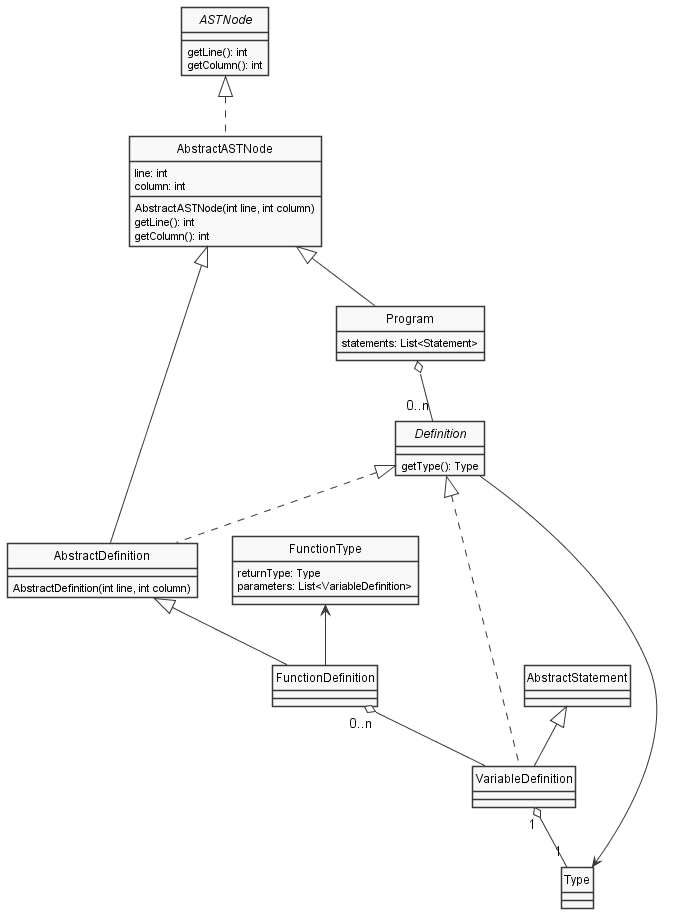
Diecaal/Elixir-Compiler keeps this PlantUML diagram as docs/diagrams/Program.png. Above is the earlier version.
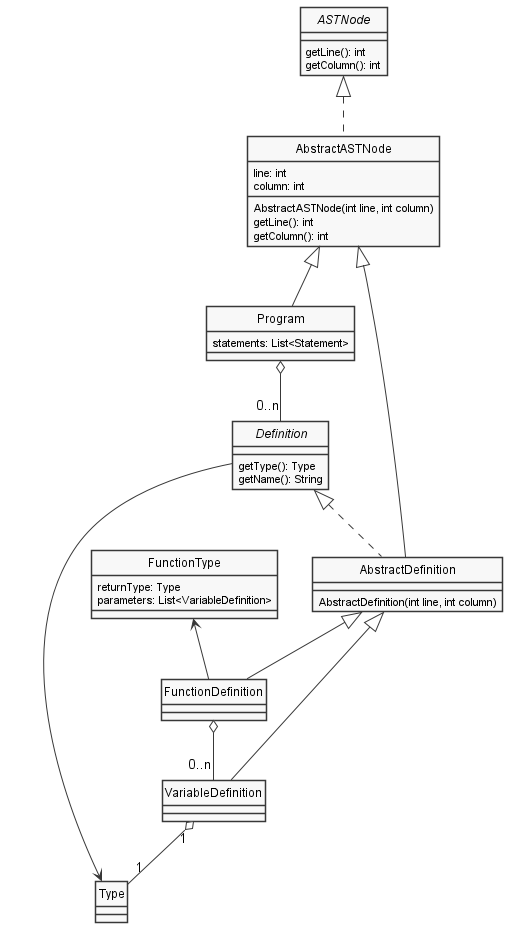
After the commit.

The edit, as a diff of the source:
```diff
@@ -22,6 +22,7 @@
 
 interface Definition {
     getType(): Type
+    getName(): String
 }
 
 class AbstractDefinition {
@@ -46,9 +47,8 @@
 
 Program o-- "0..n" Definition
 
-Definition <|.. VariableDefinition
 AbstractDefinition <|-- FunctionDefinition
-AbstractStatement <|-- VariableDefinition
+AbstractDefinition <|-- VariableDefinition
 
 Type <-- Definition
 
@@ -56,6 +56,6 @@
 
 VariableDefinition "1" o-- "1" Type
 
-FunctionDefinition "0..n" o-- VariableDefinition
+FunctionDefinition o-- "0..n"  VariableDefinition
 
 @enduml
```
